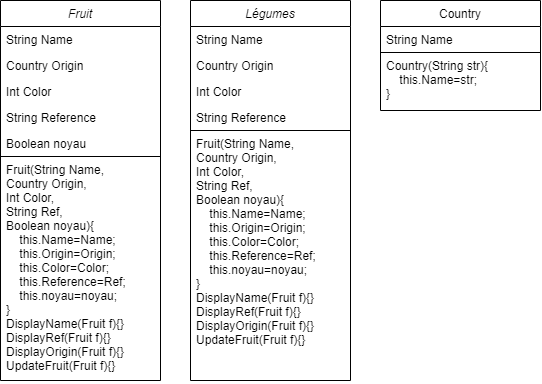
Before: Tp plantes.png, a diagram exported from draw.io (Bagelfield/Tp-plantes). Source tidied: cells renumbered, new cells last; positions are measured from the earlier drawing's top-left corner, leaving out a move shared by most shapes.
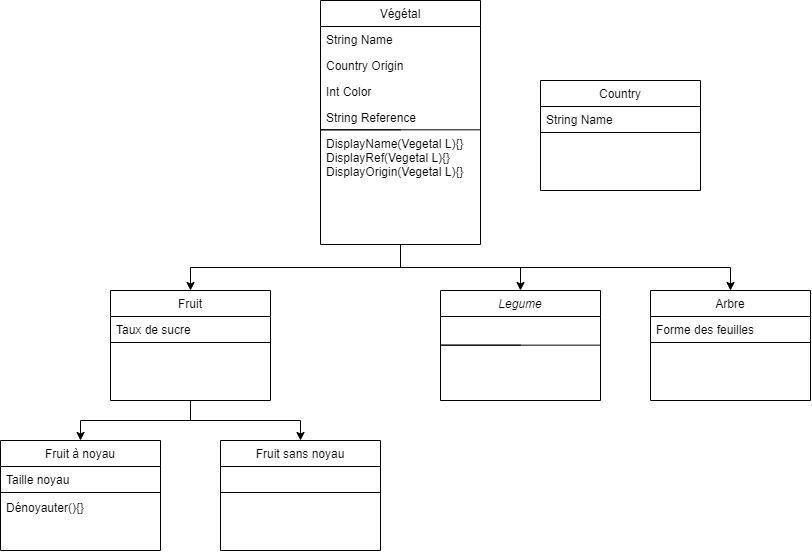
Above is the later version.

Commit message:
Mettre à jour Tp plantes.png

Change to the diagram source:
```diff
@@ -2,80 +2,131 @@
   <root>
     <mxCell id="0" />
     <mxCell id="1" parent="0" />
-    <mxCell id="2" value="Fruit" style="swimlane;fontStyle=2;align=center;verticalAlign=top;horizontal=1;startSize=26;rounded=0;shadow=0;strokeWidth=1;" parent="1" vertex="1">
-      <mxGeometry width="160" height="380" as="geometry" />
-    </mxCell>
+    <mxCell id="10" value="Country" style="swimlane;fontStyle=0;align=center;verticalAlign=top;horizontal=1;startSize=26;rounded=0;shadow=0;strokeWidth=1;" parent="1" vertex="1">
+      <mxGeometry x="470" y="80" width="160" height="110" as="geometry" />
+    </mxCell>
+    <mxCell id="11" value="String Name" style="text;align=left;verticalAlign=top;spacingLeft=4;spacingRight=4;overflow=hidden;" parent="10" vertex="1">
+      <mxGeometry y="26" width="160" height="26" as="geometry" />
+    </mxCell>
+    <mxCell id="12" style="endArrow=none;html=1;rounded=0;" parent="10" edge="1">
+      <mxGeometry relative="1" as="geometry">
+        <mxPoint x="80" y="52" as="sourcePoint" />
+        <mxPoint x="160" y="52" as="targetPoint" />
+        <Array as="points">
+          <mxPoint y="52" />
+        </Array>
+      </mxGeometry>
+    </mxCell>
+    <mxCell id="14" value="Legume" style="swimlane;fontStyle=2;align=center;verticalAlign=top;horizontal=1;startSize=26;rounded=0;shadow=0;strokeWidth=1;" parent="1" vertex="1">
+      <mxGeometry x="370" y="290" width="160" height="110" as="geometry" />
+    </mxCell>
+    <mxCell id="21" style="endArrow=none;html=1;rounded=0;" parent="14" edge="1">
+      <mxGeometry relative="1" as="geometry">
+        <mxPoint x="80" y="54.7" as="sourcePoint" />
+        <mxPoint x="160" y="54.7" as="targetPoint" />
+        <Array as="points">
+          <mxPoint y="54.7" />
+        </Array>
+      </mxGeometry>
+    </mxCell>
+    <mxCell id="22" style="edgeStyle=orthogonalEdgeStyle;rounded=0;jettySize=auto;html=1;exitX=0.5;exitY=1;exitDx=0;exitDy=0;entryX=0.5;entryY=0;entryDx=0;entryDy=0;" parent="1" edge="1" source="25" target="14">
+      <mxGeometry relative="1" as="geometry" />
+    </mxCell>
+    <mxCell id="23" style="edgeStyle=orthogonalEdgeStyle;rounded=0;jettySize=auto;html=1;exitX=0.5;exitY=1;exitDx=0;exitDy=0;entryX=0.5;entryY=0;entryDx=0;entryDy=0;" parent="1" edge="1" source="25" target="26">
+      <mxGeometry relative="1" as="geometry" />
+    </mxCell>
+    <mxCell id="24" style="edgeStyle=orthogonalEdgeStyle;rounded=0;jettySize=auto;html=1;exitX=0.5;exitY=1;exitDx=0;exitDy=0;entryX=0.5;entryY=0;entryDx=0;entryDy=0;" parent="1" edge="1" source="25" target="2">
+      <mxGeometry relative="1" as="geometry" />
+    </mxCell>
+    <mxCell id="25" value="Végétal" style="swimlane;fontStyle=0;align=center;verticalAlign=top;horizontal=1;startSize=26;rounded=0;shadow=0;strokeWidth=1;" parent="1" vertex="1">
+      <mxGeometry x="250" width="160" height="244" as="geometry" />
+    </mxCell>
-    <mxCell id="3" value="String Name" style="text;align=left;verticalAlign=top;spacingLeft=4;spacingRight=4;overflow=hidden;" parent="2" vertex="1">
+    <mxCell id="3" value="String Name" style="text;align=left;verticalAlign=top;spacingLeft=4;spacingRight=4;overflow=hidden;" parent="25" vertex="1">
       <mxGeometry y="26" width="160" height="26" as="geometry" />
     </mxCell>
-    <mxCell id="4" value="Country Origin" style="text;align=left;verticalAlign=top;spacingLeft=4;spacingRight=4;overflow=hidden;rounded=0;shadow=0;html=0;" parent="2" vertex="1">
+    <mxCell id="4" value="Country Origin" style="text;align=left;verticalAlign=top;spacingLeft=4;spacingRight=4;overflow=hidden;rounded=0;shadow=0;html=0;" parent="25" vertex="1">
       <mxGeometry y="52" width="160" height="26" as="geometry" />
     </mxCell>
-    <mxCell id="5" value="Int Color" style="text;align=left;verticalAlign=top;spacingLeft=4;spacingRight=4;overflow=hidden;rounded=0;shadow=0;html=0;" parent="2" vertex="1">
+    <mxCell id="5" value="Int Color" style="text;align=left;verticalAlign=top;spacingLeft=4;spacingRight=4;overflow=hidden;rounded=0;shadow=0;html=0;" parent="25" vertex="1">
       <mxGeometry y="78" width="160" height="26" as="geometry" />
     </mxCell>
-    <mxCell id="6" value="String Reference" style="text;align=left;verticalAlign=top;spacingLeft=4;spacingRight=4;overflow=hidden;rounded=0;shadow=0;html=0;" parent="2" vertex="1">
+    <mxCell id="6" value="String Reference" style="text;align=left;verticalAlign=top;spacingLeft=4;spacingRight=4;overflow=hidden;rounded=0;shadow=0;html=0;" parent="25" vertex="1">
       <mxGeometry y="104" width="160" height="26" as="geometry" />
     </mxCell>
-    <mxCell id="7" value="Boolean noyau" style="text;align=left;verticalAlign=top;spacingLeft=4;spacingRight=4;overflow=hidden;rounded=0;shadow=0;html=0;" parent="2" vertex="1">
-      <mxGeometry y="130" width="160" height="26" as="geometry" />
-    </mxCell>
-    <mxCell id="8" style="endArrow=none;html=1;rounded=0;" parent="2" edge="1">
-      <mxGeometry relative="1" as="geometry">
-        <mxPoint x="80" y="156" as="sourcePoint" />
-        <mxPoint x="160" y="156" as="targetPoint" />
-        <Array as="points">
-          <mxPoint y="156" />
-        </Array>
-      </mxGeometry>
-    </mxCell>
-    <mxCell id="9" value="Fruit(String Name, &#10;Country Origin, &#10;Int Color, &#10;String Ref, &#10;Boolean noyau){&#10;    this.Name=Name;&#10;    this.Origin=Origin;&#10;    this.Color=Color;&#10;    this.Reference=Ref;&#10;    this.noyau=noyau;&#10;}&#10;DisplayName(Fruit f){}&#10;DisplayRef(Fruit f){}&#10;DisplayOrigin(Fruit f){}&#10;UpdateFruit(Fruit f){}" style="text;align=left;verticalAlign=top;spacingLeft=4;spacingRight=4;overflow=hidden;rounded=0;shadow=0;html=0;" parent="2" vertex="1">
-      <mxGeometry y="156" width="160" height="224" as="geometry" />
-    </mxCell>
-    <mxCell id="10" value="Country" style="swimlane;fontStyle=0;align=center;verticalAlign=top;horizontal=1;startSize=26;rounded=0;shadow=0;strokeWidth=1;" parent="1" vertex="1">
-      <mxGeometry x="380" width="160" height="110" as="geometry" />
-    </mxCell>
-    <mxCell id="11" value="String Name" style="text;align=left;verticalAlign=top;spacingLeft=4;spacingRight=4;overflow=hidden;" parent="10" vertex="1">
-      <mxGeometry y="26" width="160" height="26" as="geometry" />
-    </mxCell>
-    <mxCell id="12" style="endArrow=none;html=1;rounded=0;" parent="10" edge="1">
-      <mxGeometry relative="1" as="geometry">
-        <mxPoint x="80" y="52" as="sourcePoint" />
-        <mxPoint x="160" y="52" as="targetPoint" />
-        <Array as="points">
-          <mxPoint y="52" />
-        </Array>
-      </mxGeometry>
-    </mxCell>
-    <mxCell id="13" value="Country(String str){&#10;    this.Name=str;&#10;}" style="text;align=left;verticalAlign=top;spacingLeft=4;spacingRight=4;overflow=hidden;rounded=0;shadow=0;html=0;" parent="10" vertex="1">
-      <mxGeometry y="52" width="160" height="58" as="geometry" />
-    </mxCell>
-    <mxCell id="14" value="Légumes" style="swimlane;fontStyle=2;align=center;verticalAlign=top;horizontal=1;startSize=26;rounded=0;shadow=0;strokeWidth=1;" parent="1" vertex="1">
-      <mxGeometry x="190" width="160" height="380" as="geometry" />
-    </mxCell>
-    <mxCell id="15" value="String Name" style="text;align=left;verticalAlign=top;spacingLeft=4;spacingRight=4;overflow=hidden;" parent="14" vertex="1">
-      <mxGeometry y="26" width="160" height="26" as="geometry" />
-    </mxCell>
-    <mxCell id="16" value="Country Origin" style="text;align=left;verticalAlign=top;spacingLeft=4;spacingRight=4;overflow=hidden;rounded=0;shadow=0;html=0;" parent="14" vertex="1">
-      <mxGeometry y="52" width="160" height="26" as="geometry" />
-    </mxCell>
-    <mxCell id="17" value="Int Color" style="text;align=left;verticalAlign=top;spacingLeft=4;spacingRight=4;overflow=hidden;rounded=0;shadow=0;html=0;" parent="14" vertex="1">
-      <mxGeometry y="78" width="160" height="26" as="geometry" />
-    </mxCell>
-    <mxCell id="18" value="String Reference" style="text;align=left;verticalAlign=top;spacingLeft=4;spacingRight=4;overflow=hidden;rounded=0;shadow=0;html=0;" parent="14" vertex="1">
-      <mxGeometry y="104" width="160" height="26" as="geometry" />
-    </mxCell>
-    <mxCell id="19" style="endArrow=none;html=1;rounded=0;" parent="14" edge="1">
+    <mxCell id="19" style="endArrow=none;html=1;rounded=0;" parent="25" edge="1">
       <mxGeometry relative="1" as="geometry">
-        <mxPoint x="80" y="130" as="sourcePoint" />
-        <mxPoint x="160" y="130" as="targetPoint" />
+        <mxPoint x="80" y="129.3" as="sourcePoint" />
+        <mxPoint x="160" y="129.3" as="targetPoint" />
         <Array as="points">
-          <mxPoint y="130" />
+          <mxPoint y="129.3" />
         </Array>
       </mxGeometry>
     </mxCell>
-    <mxCell id="20" value="Fruit(String Name, &#10;Country Origin, &#10;Int Color, &#10;String Ref, &#10;Boolean noyau){&#10;    this.Name=Name;&#10;    this.Origin=Origin;&#10;    this.Color=Color;&#10;    this.Reference=Ref;&#10;    this.noyau=noyau;&#10;}&#10;DisplayName(Fruit f){}&#10;DisplayRef(Fruit f){}&#10;DisplayOrigin(Fruit f){}&#10;UpdateFruit(Fruit f){}" style="text;align=left;verticalAlign=top;spacingLeft=4;spacingRight=4;overflow=hidden;rounded=0;shadow=0;html=0;" parent="14" vertex="1">
-      <mxGeometry y="130" width="160" height="250" as="geometry" />
+    <mxCell id="20" value="DisplayName(Vegetal L){}&#10;DisplayRef(Vegetal L){}&#10;DisplayOrigin(Vegetal L){}" style="text;align=left;verticalAlign=top;spacingLeft=4;spacingRight=4;overflow=hidden;rounded=0;shadow=0;html=0;" parent="25" vertex="1">
+      <mxGeometry y="130" width="160" height="114" as="geometry" />
     </mxCell>
+    <mxCell id="26" value="Arbre" style="swimlane;fontStyle=0;align=center;verticalAlign=top;horizontal=1;startSize=26;rounded=0;shadow=0;strokeWidth=1;" parent="1" vertex="1">
+      <mxGeometry x="580" y="290" width="160" height="110" as="geometry" />
+    </mxCell>
+    <mxCell id="27" style="endArrow=none;html=1;rounded=0;" parent="26" edge="1">
+      <mxGeometry relative="1" as="geometry">
+        <mxPoint x="80" y="52" as="sourcePoint" />
+        <mxPoint x="160" y="52" as="targetPoint" />
+        <Array as="points">
+          <mxPoint y="52" />
+        </Array>
+      </mxGeometry>
+    </mxCell>
+    <mxCell id="28" value="Forme des feuilles" style="text;align=left;verticalAlign=top;spacingLeft=4;spacingRight=4;overflow=hidden;" parent="26" vertex="1">
+      <mxGeometry y="26" width="160" height="26" as="geometry" />
+    </mxCell>
+    <mxCell id="29" value="Fruit sans noyau" style="swimlane;fontStyle=0;align=center;verticalAlign=top;horizontal=1;startSize=26;rounded=0;shadow=0;strokeWidth=1;" parent="1" vertex="1">
+      <mxGeometry x="150" y="440" width="160" height="110" as="geometry" />
+    </mxCell>
+    <mxCell id="30" style="endArrow=none;html=1;rounded=0;" parent="29" edge="1">
+      <mxGeometry relative="1" as="geometry">
+        <mxPoint x="80" y="52" as="sourcePoint" />
+        <mxPoint x="160" y="52" as="targetPoint" />
+        <Array as="points">
+          <mxPoint y="52" />
+        </Array>
+      </mxGeometry>
+    </mxCell>
+    <mxCell id="31" value="Fruit à noyau" style="swimlane;fontStyle=0;align=center;verticalAlign=top;horizontal=1;startSize=26;rounded=0;shadow=0;strokeWidth=1;" parent="1" vertex="1">
+      <mxGeometry x="-70" y="440" width="160" height="110" as="geometry" />
+    </mxCell>
+    <mxCell id="32" style="endArrow=none;html=1;rounded=0;" parent="31" edge="1">
+      <mxGeometry relative="1" as="geometry">
+        <mxPoint x="80" y="52" as="sourcePoint" />
+        <mxPoint x="160" y="52" as="targetPoint" />
+        <Array as="points">
+          <mxPoint y="52" />
+        </Array>
+      </mxGeometry>
+    </mxCell>
+    <mxCell id="33" value="Taille noyau&#10;&#10;Dénoyauter(){}" style="text;align=left;verticalAlign=top;spacingLeft=4;spacingRight=4;overflow=hidden;rounded=0;shadow=0;html=0;" parent="31" vertex="1">
+      <mxGeometry y="26" width="160" height="64" as="geometry" />
+    </mxCell>
+    <mxCell id="34" style="edgeStyle=orthogonalEdgeStyle;rounded=0;jettySize=auto;html=1;exitX=0.5;exitY=1;exitDx=0;exitDy=0;" parent="1" edge="1" source="2" target="31">
+      <mxGeometry relative="1" as="geometry" />
+    </mxCell>
+    <mxCell id="35" style="edgeStyle=orthogonalEdgeStyle;rounded=0;jettySize=auto;html=1;exitX=0.5;exitY=1;exitDx=0;exitDy=0;" parent="1" edge="1" source="2" target="29">
+      <mxGeometry relative="1" as="geometry" />
+    </mxCell>
+    <mxCell id="2" value="Fruit" style="swimlane;fontStyle=0;align=center;verticalAlign=top;horizontal=1;startSize=26;rounded=0;shadow=0;strokeWidth=1;" parent="1" vertex="1">
+      <mxGeometry x="40" y="290" width="160" height="110" as="geometry" />
+    </mxCell>
+    <mxCell id="36" style="endArrow=none;html=1;rounded=0;" parent="2" edge="1">
+      <mxGeometry relative="1" as="geometry">
+        <mxPoint x="80" y="52" as="sourcePoint" />
+        <mxPoint x="160" y="52" as="targetPoint" />
+        <Array as="points">
+          <mxPoint y="52" />
+        </Array>
+      </mxGeometry>
+    </mxCell>
+    <mxCell id="37" value="Taux de sucre" style="text;align=left;verticalAlign=top;spacingLeft=4;spacingRight=4;overflow=hidden;rounded=0;shadow=0;html=0;" parent="2" vertex="1">
+      <mxGeometry y="26" width="160" height="24" as="geometry" />
+    </mxCell>
   </root>
 </mxGraphModel>
```
